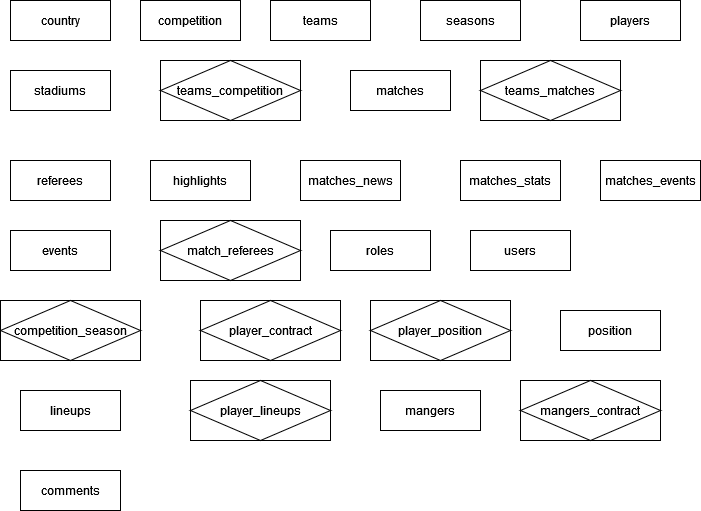
This is football_feed.drawio.png from EricksonVaz/master_nodejs, a draw.io export, as it was before one commit. Source tidied: cells renumbered, new cells last; positions are measured from the earlier drawing's top-left corner, leaving out a move shared by most shapes.
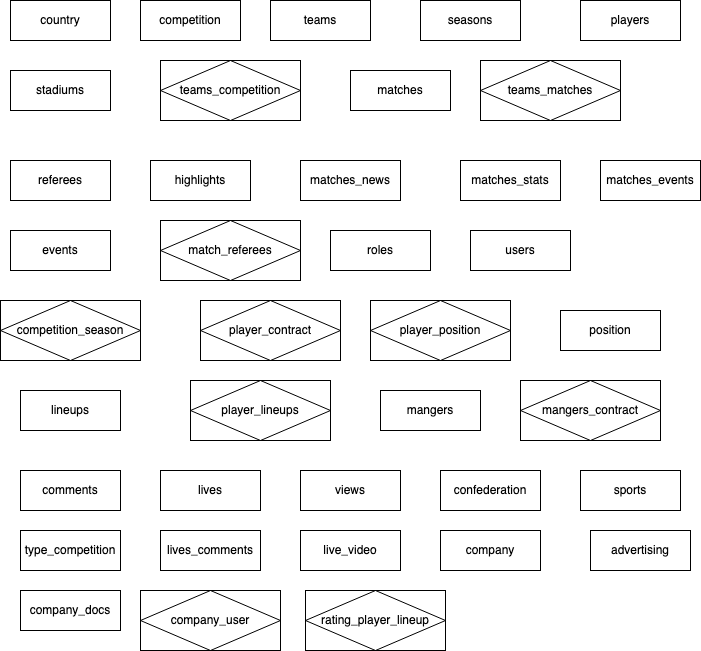
After the change.

Commit message:
all entities implemented

What changed in the source:
```diff
@@ -83,5 +83,41 @@
     <mxCell id="28" value="&lt;div&gt;comments&lt;/div&gt;" style="whiteSpace=wrap;html=1;align=center;" parent="1" vertex="1">
       <mxGeometry x="20" y="470" width="100" height="40" as="geometry" />
     </mxCell>
+    <mxCell id="29" value="lives" style="whiteSpace=wrap;html=1;align=center;" parent="1" vertex="1">
+      <mxGeometry x="160" y="470" width="100" height="40" as="geometry" />
+    </mxCell>
+    <mxCell id="30" value="company" style="whiteSpace=wrap;html=1;align=center;" parent="1" vertex="1">
+      <mxGeometry x="440" y="530" width="100" height="40" as="geometry" />
+    </mxCell>
+    <mxCell id="31" value="confederation" style="whiteSpace=wrap;html=1;align=center;" parent="1" vertex="1">
+      <mxGeometry x="440" y="470" width="100" height="40" as="geometry" />
+    </mxCell>
+    <mxCell id="32" value="sports" style="whiteSpace=wrap;html=1;align=center;" parent="1" vertex="1">
+      <mxGeometry x="580" y="470" width="100" height="40" as="geometry" />
+    </mxCell>
+    <mxCell id="33" value="type_competition" style="whiteSpace=wrap;html=1;align=center;" parent="1" vertex="1">
+      <mxGeometry x="20" y="530" width="100" height="40" as="geometry" />
+    </mxCell>
+    <mxCell id="34" value="lives_comments" style="whiteSpace=wrap;html=1;align=center;" parent="1" vertex="1">
+      <mxGeometry x="160" y="530" width="100" height="40" as="geometry" />
+    </mxCell>
+    <mxCell id="35" value="live_video" style="whiteSpace=wrap;html=1;align=center;" parent="1" vertex="1">
+      <mxGeometry x="300" y="530" width="100" height="40" as="geometry" />
+    </mxCell>
+    <mxCell id="36" value="views" style="whiteSpace=wrap;html=1;align=center;" parent="1" vertex="1">
+      <mxGeometry x="300" y="470" width="100" height="40" as="geometry" />
+    </mxCell>
+    <mxCell id="37" value="advertising" style="whiteSpace=wrap;html=1;align=center;" parent="1" vertex="1">
+      <mxGeometry x="590" y="530" width="100" height="40" as="geometry" />
+    </mxCell>
+    <mxCell id="38" value="&lt;div&gt;company_docs&lt;/div&gt;" style="whiteSpace=wrap;html=1;align=center;" parent="1" vertex="1">
+      <mxGeometry x="20" y="590" width="100" height="40" as="geometry" />
+    </mxCell>
+    <mxCell id="39" value="company_user" style="shape=associativeEntity;whiteSpace=wrap;html=1;align=center;" parent="1" vertex="1">
+      <mxGeometry x="140" y="590" width="140" height="60" as="geometry" />
+    </mxCell>
+    <mxCell id="40" value="rating_player_lineup" style="shape=associativeEntity;whiteSpace=wrap;html=1;align=center;" parent="1" vertex="1">
+      <mxGeometry x="305" y="590" width="140" height="60" as="geometry" />
+    </mxCell>
   </root>
 </mxGraphModel>
```
